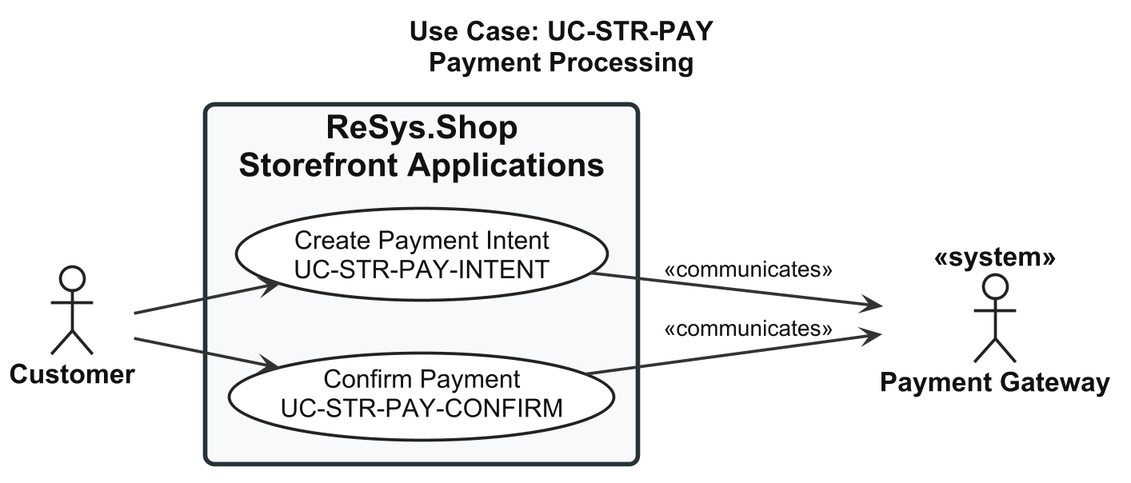
The PlantUML diagram thesis/figures/chapters/part2/ch2-design/02-use-cases/diagrams/P2S2.2.2_usecase-stf-payment-processing.png in qingfa-dev/ReSys.Shop, before a commit.
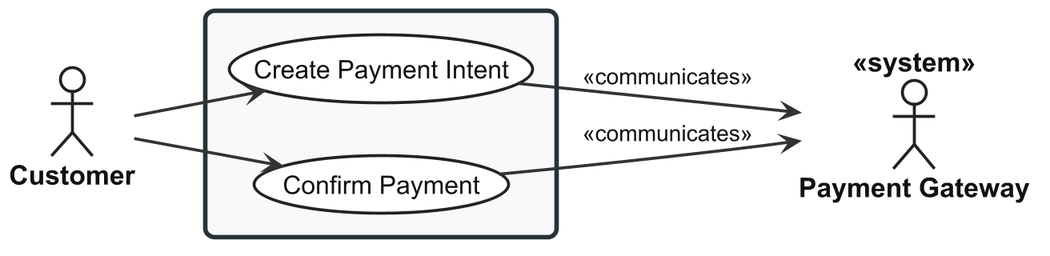
Above is the later version.

The edit, as a diff of the source:
```diff
@@ -56,16 +56,15 @@
 
 </style>
 
-title Use Case: UC-STR-PAY\nPayment Processing
 
 actor "Customer" as Customer
 actor "Payment Gateway" as Gateway <<system>>
 
-rectangle "ReSys.Shop\nStorefront Applications" {
+rectangle {
 
-  usecase "Create Payment Intent\nUC-STR-PAY-INTENT" as UC_INTENT
+  usecase "Create Payment Intent" as UC_INTENT
 
-  usecase "Confirm Payment\nUC-STR-PAY-CONFIRM" as UC_CONFIRM
+  usecase "Confirm Payment" as UC_CONFIRM
 
 }
 
```
